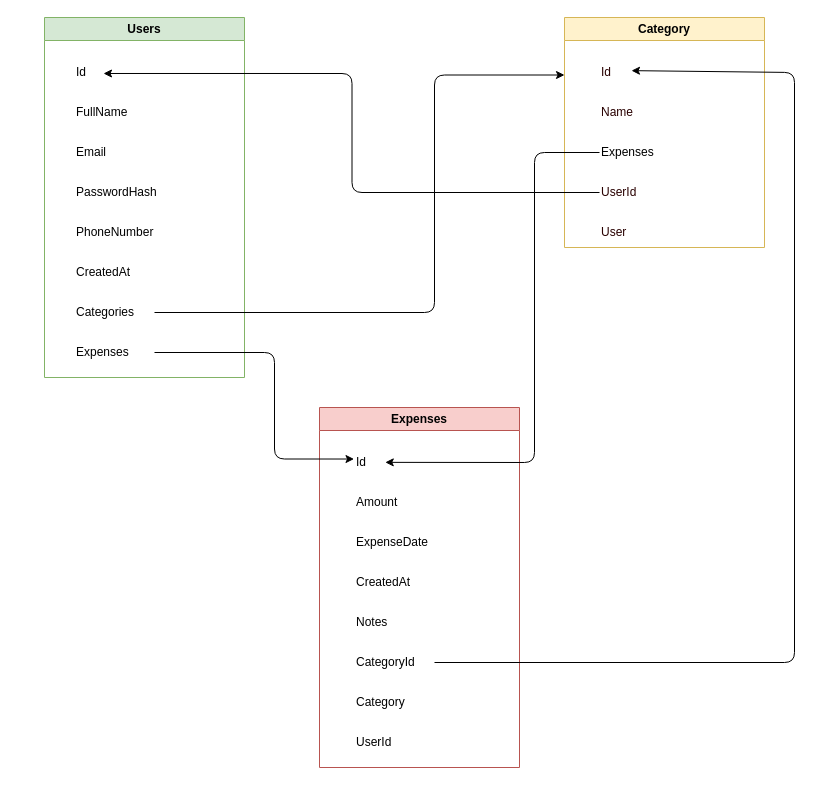
Above: erDiagram.drawio in MM-SKA/ExpenseTracker (draw.io), before the change. Source tidied: cells renumbered, new cells numbered last; positions are measured from the earlier drawing's top-left corner, leaving out a move shared by most shapes. Both pictures are drawn from the tidied source at 100%, with x=0, y=0 at pixel (44, 17).
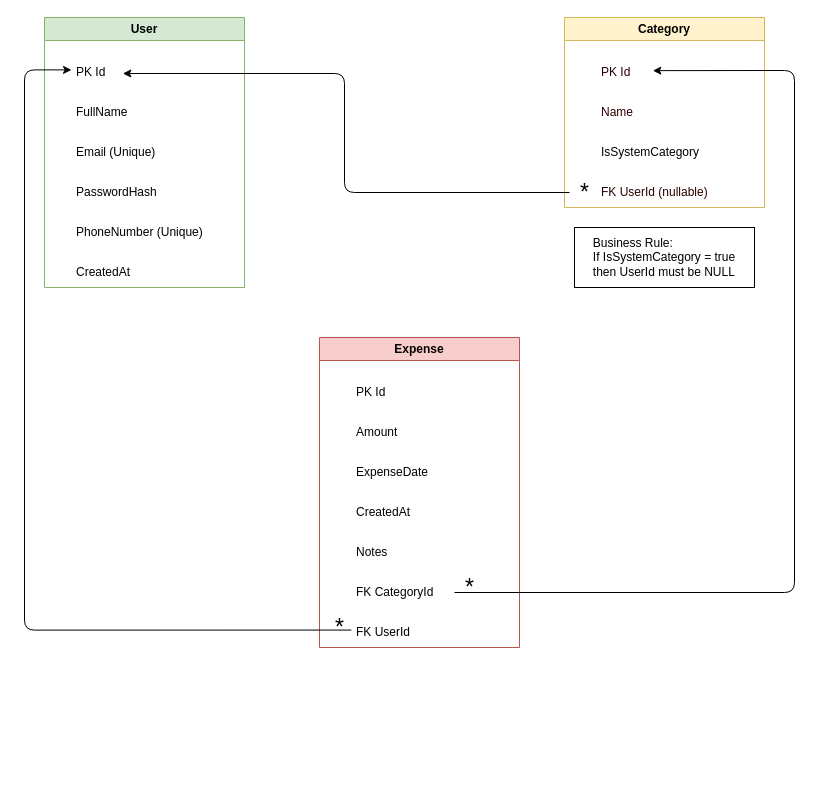
Above is the later version.

Diff of the diagram source:
```diff
@@
-    <mxCell id="2" value="Expenses" style="swimlane;whiteSpace=wrap;html=1;fillColor=#f8cecc;strokeColor=#b85450;" parent="1" vertex="1">
-      <mxGeometry x="275" y="390" width="200" height="360" as="geometry" />
+    <mxCell id="2" value="Expense" style="swimlane;whiteSpace=wrap;html=1;fillColor=#f8cecc;strokeColor=#b85450;" parent="1" vertex="1">
+      <mxGeometry x="275" y="320" width="200" height="310" as="geometry" />
     </mxCell>
-    <mxCell id="3" value="Id" style="text;html=1;align=left;verticalAlign=middle;points=[];strokeColor=none;fillColor=none;" parent="2" vertex="1">
-      <mxGeometry x="35" y="40" width="30" height="30" as="geometry" />
+    <mxCell id="3" value="PK Id" style="text;html=1;align=left;verticalAlign=middle;points=[];strokeColor=none;fillColor=none;" parent="2" vertex="1">
+      <mxGeometry x="35" y="40" width="50" height="30" as="geometry" />
     </mxCell>
@@
-    <mxCell id="8" value="UserId" style="text;html=1;align=left;verticalAlign=middle;points=[];strokeColor=none;fillColor=none;" parent="2" vertex="1">
-      <mxGeometry x="35" y="320" width="60" height="30" as="geometry" />
+    <mxCell id="8" value="FK UserId" style="text;html=1;align=left;verticalAlign=middle;points=[];strokeColor=none;fillColor=none;" parent="2" vertex="1">
+      <mxGeometry x="35" y="280" width="80" height="30" as="geometry" />
     </mxCell>
-    <mxCell id="9" value="CategoryId" style="text;html=1;align=left;verticalAlign=middle;points=[];strokeColor=none;fillColor=none;" parent="2" vertex="1">
-      <mxGeometry x="35" y="240" width="80" height="30" as="geometry" />
+    <mxCell id="9" value="FK CategoryId" style="text;html=1;align=left;verticalAlign=middle;points=[];strokeColor=none;fillColor=none;" parent="2" vertex="1">
+      <mxGeometry x="35" y="240" width="100" height="30" as="geometry" />
     </mxCell>
-    <mxCell id="10" value="Category" style="text;html=1;align=left;verticalAlign=middle;strokeColor=none;fillColor=none;" parent="2" vertex="1">
-      <mxGeometry x="35" y="280" width="70" height="30" as="geometry" />
-    </mxCell>
+    <mxCell id="31" value="&lt;font style=&quot;font-size: 23px;&quot;&gt;*&lt;/font&gt;" style="text;html=1;align=center;verticalAlign=middle;strokeColor=none;fillColor=none;" parent="2" vertex="1">
+      <mxGeometry x="5" y="270" width="30" height="40" as="geometry" />
+    </mxCell>
+    <mxCell id="32" value="&lt;font style=&quot;font-size: 23px;&quot;&gt;*&lt;/font&gt;" style="text;html=1;align=center;verticalAlign=middle;strokeColor=none;fillColor=none;" parent="2" vertex="1">
+      <mxGeometry x="135" y="230" width="30" height="40" as="geometry" />
+    </mxCell>
-    <mxCell id="11" value="Users" style="swimlane;whiteSpace=wrap;html=1;fillColor=#d5e8d4;strokeColor=#82b366;" parent="1" vertex="1">
-      <mxGeometry width="200" height="360" as="geometry" />
+    <mxCell id="11" value="User" style="swimlane;whiteSpace=wrap;html=1;fillColor=#d5e8d4;strokeColor=#82b366;" parent="1" vertex="1">
+      <mxGeometry width="200" height="270" as="geometry" />
     </mxCell>
@@
-    <mxCell id="13" value="Id" style="text;html=1;align=left;verticalAlign=middle;points=[];strokeColor=none;fillColor=none;" parent="11" vertex="1">
-      <mxGeometry x="30" y="40" width="30" height="30" as="geometry" />
+    <mxCell id="13" value="PK Id" style="text;html=1;align=left;verticalAlign=middle;points=[];strokeColor=none;fillColor=none;" parent="11" vertex="1">
+      <mxGeometry x="30" y="40" width="50" height="30" as="geometry" />
     </mxCell>
-    <mxCell id="14" value="Email" style="text;html=1;align=left;verticalAlign=middle;strokeColor=none;fillColor=none;" parent="11" vertex="1">
-      <mxGeometry x="30" y="120" width="50" height="30" as="geometry" />
+    <mxCell id="14" value="Email (Unique)" style="text;html=1;align=left;verticalAlign=middle;strokeColor=none;fillColor=none;" parent="11" vertex="1">
+      <mxGeometry x="30" y="120" width="100" height="30" as="geometry" />
     </mxCell>
@@
-    <mxCell id="16" value="PhoneNumber" style="text;html=1;align=left;verticalAlign=middle;strokeColor=none;fillColor=none;" parent="11" vertex="1">
-      <mxGeometry x="30" y="200" width="100" height="30" as="geometry" />
+    <mxCell id="16" value="PhoneNumber (Unique)" style="text;html=1;align=left;verticalAlign=middle;strokeColor=none;fillColor=none;" parent="11" vertex="1">
+      <mxGeometry x="30" y="200" width="150" height="30" as="geometry" />
     </mxCell>
@@
-    <mxCell id="18" value="Categories" style="text;html=1;align=left;verticalAlign=middle;points=[];strokeColor=none;fillColor=none;" parent="11" vertex="1">
-      <mxGeometry x="30" y="280" width="80" height="30" as="geometry" />
-    </mxCell>
-    <mxCell id="19" value="Expenses" style="text;html=1;align=left;verticalAlign=middle;points=[];strokeColor=none;fillColor=none;" parent="11" vertex="1">
-      <mxGeometry x="30" y="320" width="80" height="30" as="geometry" />
-    </mxCell>
     <mxCell id="20" value="Category" style="swimlane;whiteSpace=wrap;html=1;fillColor=#fff2cc;strokeColor=#d6b656;" parent="1" vertex="1">
-      <mxGeometry x="520" width="200" height="230" as="geometry" />
+      <mxGeometry x="520" width="200" height="190" as="geometry" />
     </mxCell>
-    <mxCell id="21" value="Id" style="text;html=1;align=left;verticalAlign=middle;points=[];fontColor=light-dark(#290000, #ededed);" parent="20" vertex="1">
-      <mxGeometry x="35" y="40" width="30" height="30" as="geometry" />
+    <mxCell id="21" value="PK Id" style="text;html=1;align=left;verticalAlign=middle;points=[];fontColor=light-dark(#290000, #ededed);" parent="20" vertex="1">
+      <mxGeometry x="35" y="40" width="50" height="30" as="geometry" />
     </mxCell>
@@
-    <mxCell id="23" value="Expenses" style="text;html=1;align=left;verticalAlign=middle;points=[];strokeColor=none;fillColor=none;" parent="20" vertex="1">
-      <mxGeometry x="35" y="120" width="80" height="30" as="geometry" />
-    </mxCell>
-    <mxCell id="24" value="UserId" style="text;html=1;align=left;verticalAlign=middle;points=[];strokeColor=none;fillColor=none;fontColor=light-dark(#290000, #ededed);" parent="20" vertex="1">
-      <mxGeometry x="35" y="160" width="60" height="30" as="geometry" />
+    <mxCell id="24" value="FK UserId (nullable)" style="text;html=1;align=left;verticalAlign=middle;points=[];strokeColor=none;fillColor=none;fontColor=light-dark(#290000, #ededed);" parent="20" vertex="1">
+      <mxGeometry x="35" y="160" width="130" height="30" as="geometry" />
     </mxCell>
-    <mxCell id="25" value="User" style="text;html=1;align=left;verticalAlign=middle;strokeColor=none;fillColor=none;fontColor=light-dark(#290000, #ededed);" parent="20" vertex="1">
-      <mxGeometry x="35" y="200" width="50" height="30" as="geometry" />
-    </mxCell>
-    <mxCell id="26" style="edgeStyle=none;html=1;entryX=1.026;entryY=0.495;entryDx=0;entryDy=0;entryPerimeter=0;flowAnimation=1;" parent="1" edge="1" source="23" target="3">
-      <mxGeometry relative="1" as="geometry">
-        <Array as="points">
-          <mxPoint x="490" y="135" />
-          <mxPoint x="490" y="445" />
-        </Array>
-      </mxGeometry>
-    </mxCell>
+    <mxCell id="33" value="IsSystemCategory" style="text;html=1;align=left;verticalAlign=middle;strokeColor=none;fillColor=none;" parent="20" vertex="1">
+      <mxGeometry x="35" y="120" width="120" height="30" as="geometry" />
+    </mxCell>
     <mxCell id="27" style="edgeStyle=none;html=1;entryX=1.067;entryY=0.438;entryDx=0;entryDy=0;entryPerimeter=0;flowAnimation=1;" parent="1" edge="1" source="9" target="21">
       <mxGeometry relative="1" as="geometry">
         <Array as="points">
-          <mxPoint x="750" y="645" />
-          <mxPoint x="750" y="55" />
+          <mxPoint x="750" y="575" />
+          <mxPoint x="750" y="53" />
         </Array>
       </mxGeometry>
     </mxCell>
-    <mxCell id="28" style="edgeStyle=orthogonalEdgeStyle;html=1;entryX=0;entryY=0.25;entryDx=0;entryDy=0;flowAnimation=1;" parent="1" edge="1" source="18" target="20">
-      <mxGeometry relative="1" as="geometry">
-        <Array as="points">
-          <mxPoint x="390" y="295" />
-          <mxPoint x="390" y="57" />
-        </Array>
-      </mxGeometry>
-    </mxCell>
-    <mxCell id="29" style="edgeStyle=orthogonalEdgeStyle;html=1;entryX=0.967;entryY=0.533;entryDx=0;entryDy=0;entryPerimeter=0;flowAnimation=1;" parent="1" edge="1" source="24" target="13">
-      <mxGeometry relative="1" as="geometry" />
+    <mxCell id="29" style="edgeStyle=orthogonalEdgeStyle;html=1;entryX=0.967;entryY=0.533;entryDx=0;entryDy=0;entryPerimeter=0;flowAnimation=1;" parent="1" edge="1" source="35" target="13">
+      <mxGeometry relative="1" as="geometry">
+        <Array as="points">
+          <mxPoint x="300" y="175" />
+          <mxPoint x="300" y="56" />
+        </Array>
+      </mxGeometry>
     </mxCell>
-    <mxCell id="30" style="edgeStyle=orthogonalEdgeStyle;html=1;entryX=-0.016;entryY=0.384;entryDx=0;entryDy=0;entryPerimeter=0;flowAnimation=1;" parent="1" edge="1" source="19" target="3">
-      <mxGeometry relative="1" as="geometry">
-        <Array as="points">
-          <mxPoint x="230" y="335" />
-          <mxPoint x="230" y="442" />
-        </Array>
-      </mxGeometry>
-    </mxCell>
+    <mxCell id="34" style="edgeStyle=orthogonalEdgeStyle;html=1;entryX=-0.06;entryY=0.413;entryDx=0;entryDy=0;entryPerimeter=0;flowAnimation=1;exitX=-0.04;exitY=0.419;exitDx=0;exitDy=0;exitPerimeter=0;" parent="1" edge="1" source="8" target="13">
+      <mxGeometry relative="1" as="geometry">
+        <Array as="points">
+          <mxPoint x="-20" y="613" />
+          <mxPoint x="-20" y="52" />
+        </Array>
+      </mxGeometry>
+    </mxCell>
+    <mxCell id="35" value="&lt;font style=&quot;font-size: 23px;&quot;&gt;*&lt;/font&gt;" style="text;html=1;align=center;verticalAlign=middle;points=[];strokeColor=none;fillColor=none;" parent="1" vertex="1">
+      <mxGeometry x="525" y="155" width="30" height="40" as="geometry" />
+    </mxCell>
+    <mxCell id="36" value="&lt;div style=&quot;text-align: justify;&quot; class=&quot;scriptor-paragraph&quot;&gt;&lt;span&gt;Business Rule:&lt;/span&gt;&lt;/div&gt;&lt;div style=&quot;text-align: justify;&quot; class=&quot;scriptor-paragraph&quot;&gt;&lt;span&gt;If IsSystemCategory = true&lt;/span&gt;&lt;/div&gt;&lt;div style=&quot;text-align: justify;&quot; class=&quot;scriptor-paragraph&quot;&gt;&lt;span&gt;then UserId must be NULL&lt;/span&gt;&lt;/div&gt;" style="whiteSpace=wrap;html=1;align=center;" parent="1" vertex="1">
+      <mxGeometry x="530" y="210" width="180" height="60" as="geometry" />
+    </mxCell>
```
